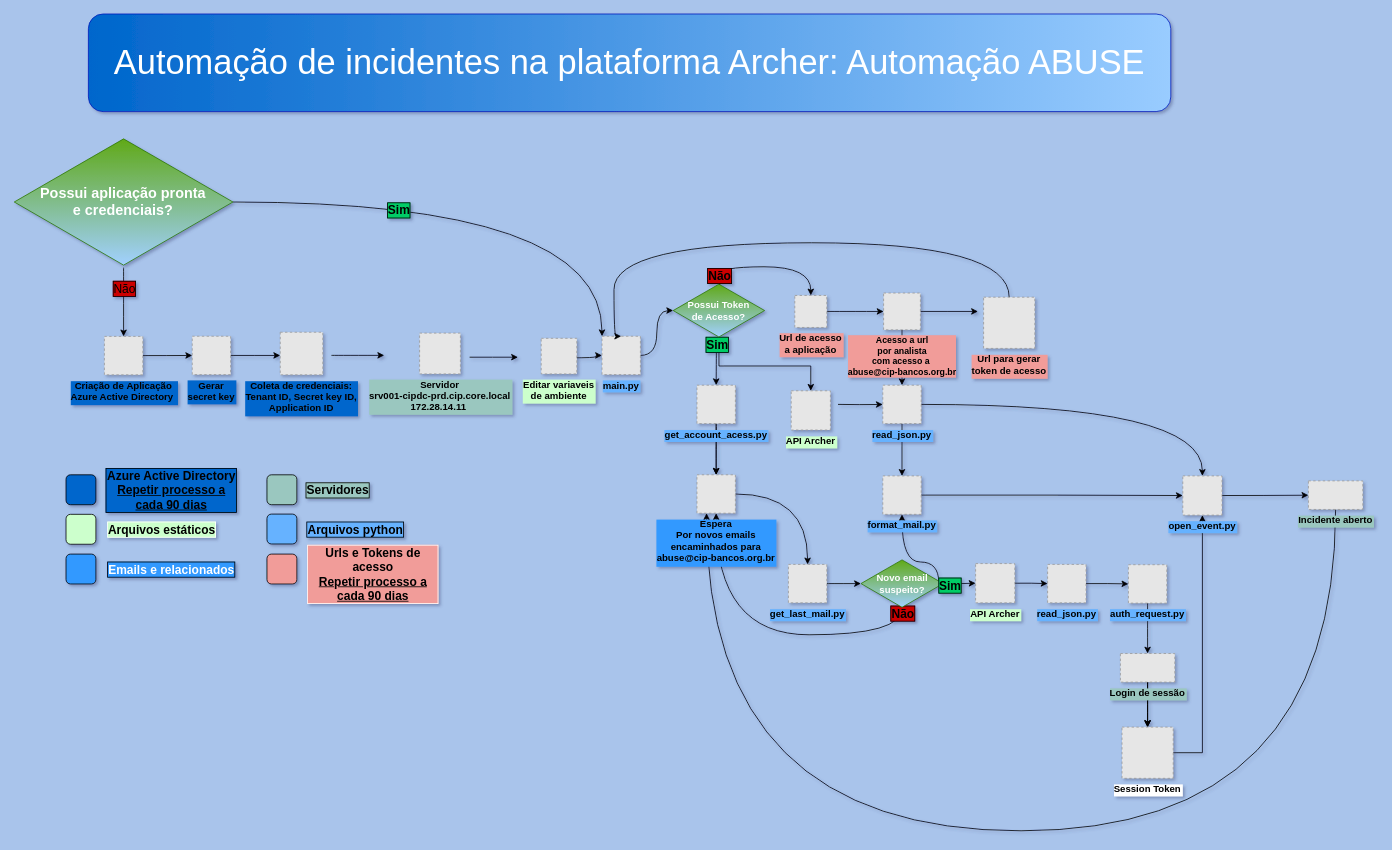
Earlier version of the draw.io diagram Untitled Diagram.drawio (Antonio-Costa00/Auto-Indicents-Creation-From-Fishing-Atacks). Source tidied: cells renumbered, new cells numbered last; positions are measured from the earlier drawing's top-left corner, leaving out a move shared by most shapes. Both pictures are drawn from the tidied source at 80%, with x=0, y=0 at pixel (14, 14). Pictures stored in the file or linked from it are replaced by grey dashed boxes.
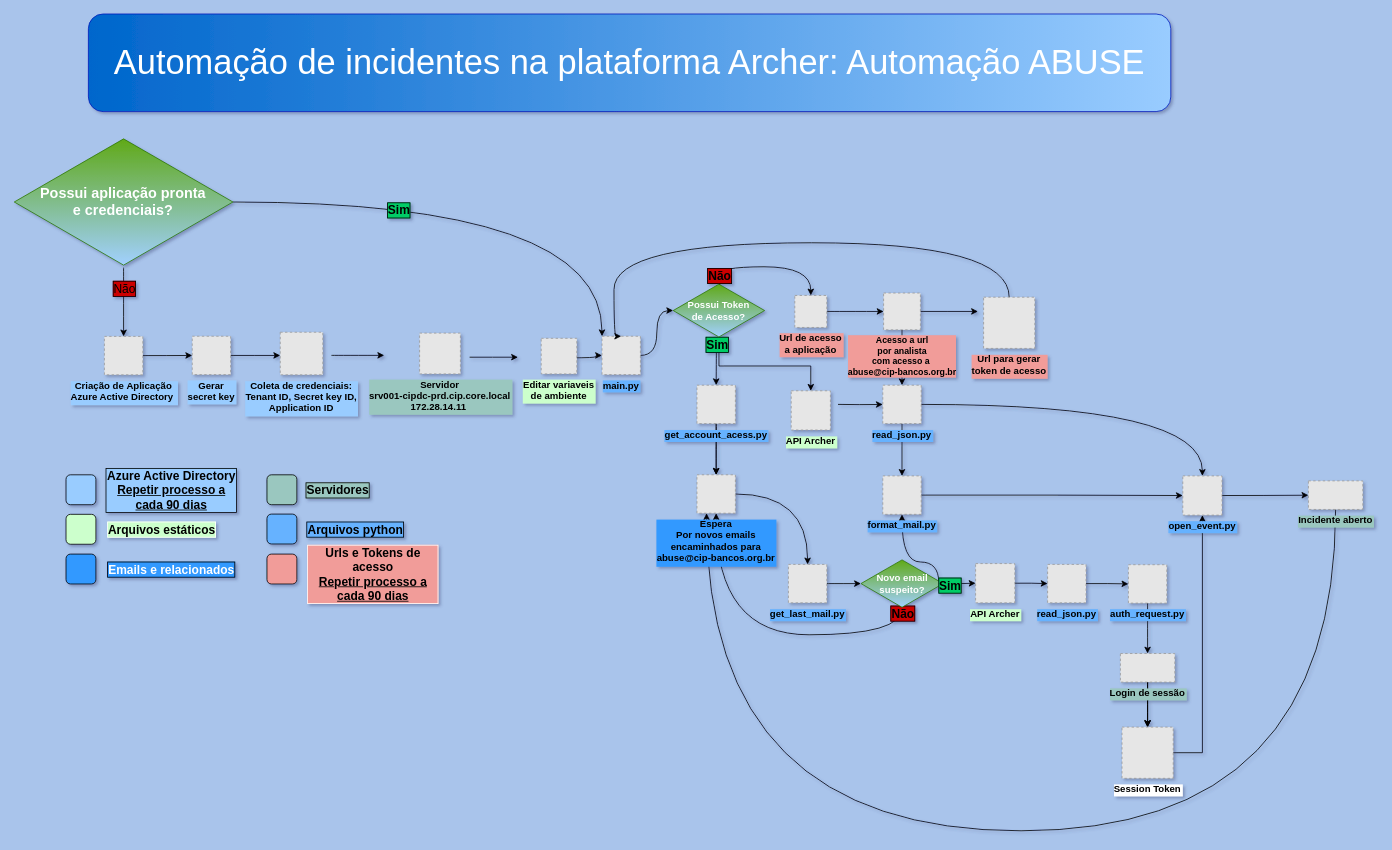
The same diagram, later.

What changed in the source:
```diff
@@
-    <mxCell id="9" value="Criação de Aplicação&#10;Azure Active Directory " style="fillColor=#E6E6E6;strokeColor=#999999;dashed=1;verticalLabelPosition=bottom;labelBackgroundColor=#0066CC;verticalAlign=top;fontStyle=1;" parent="1" vertex="1">
+    <mxCell id="9" value="Criação de Aplicação&#10;Azure Active Directory " style="fillColor=#E6E6E6;strokeColor=#999999;dashed=1;verticalLabelPosition=bottom;labelBackgroundColor=#99CCFF;verticalAlign=top;fontStyle=1;fontColor=#000000;" parent="1" vertex="1">
       <mxGeometry x="113" y="403" width="48" height="48" as="geometry" />
     </mxCell>
@@
-    <mxCell id="16" value="Gerar &#10;secret key" style="fillColor=#E6E6E6;strokeColor=#999999;dashed=1;verticalLabelPosition=bottom;labelBackgroundColor=#0066CC;verticalAlign=top;fontStyle=1;" parent="1" vertex="1">
+    <mxCell id="16" value="Gerar &#10;secret key" style="fillColor=#E6E6E6;strokeColor=#999999;dashed=1;verticalLabelPosition=bottom;labelBackgroundColor=#99CCFF;verticalAlign=top;fontStyle=1;fontColor=#000000;" parent="1" vertex="1">
       <mxGeometry x="222.8" y="402.8" width="48" height="48" as="geometry" />
     </mxCell>
-    <mxCell id="17" value="Coleta de credenciais:&#10;Tenant ID, Secret key ID,&#10;Application ID" style="fillColor=#E6E6E6;strokeColor=#999999;dashed=1;verticalLabelPosition=bottom;labelBackgroundColor=#0066CC;verticalAlign=top;fontStyle=1;" parent="1" vertex="1">
+    <mxCell id="17" value="Coleta de credenciais:&#10;Tenant ID, Secret key ID,&#10;Application ID" style="fillColor=#E6E6E6;strokeColor=#999999;dashed=1;verticalLabelPosition=bottom;labelBackgroundColor=#99CCFF;verticalAlign=top;fontStyle=1;fontColor=#000000;" parent="1" vertex="1">
       <mxGeometry x="332.8" y="397.8" width="53.2" height="53.2" as="geometry" />
     </mxCell>
@@
-    <mxCell id="66" style="whiteSpace=wrap;html=1;rounded=1;labelBackgroundColor=#E6E6E6;labelBorderColor=default;fontSize=15;fontColor=#007FFF;fillColor=#0066CC;gradientColor=none;gradientDirection=west;" parent="1" vertex="1">
+    <mxCell id="66" style="whiteSpace=wrap;html=1;rounded=1;labelBackgroundColor=default;labelBorderColor=default;fontSize=15;fontColor=none;fillColor=#99CCFF;gradientColor=none;gradientDirection=west;noLabel=1;" parent="1" vertex="1">
       <mxGeometry x="65" y="576" width="37.4" height="37.4" as="geometry" />
     </mxCell>
-    <mxCell id="67" value="&lt;span&gt;Azure Active Directory&lt;br&gt;&lt;u&gt;Repetir processo a cada 90 dias&lt;/u&gt;&lt;br&gt;&lt;/span&gt;" style="text;html=1;align=center;verticalAlign=middle;whiteSpace=wrap;rounded=1;labelBackgroundColor=#0066CC;labelBorderColor=default;fontSize=15;shadow=1;glass=1;sketch=0;fontStyle=1;" parent="1" vertex="1">
+    <mxCell id="67" value="&lt;span&gt;&lt;font color=&quot;#000000&quot;&gt;Azure Active Directory&lt;br&gt;&lt;u&gt;Repetir processo a cada 90 dias&lt;/u&gt;&lt;/font&gt;&lt;br&gt;&lt;/span&gt;" style="text;html=1;align=center;verticalAlign=middle;whiteSpace=wrap;rounded=1;labelBackgroundColor=#99CCFF;labelBorderColor=default;fontSize=15;shadow=1;glass=1;sketch=0;fontStyle=1;fillColor=none;" parent="1" vertex="1">
       <mxGeometry x="114.4" y="576" width="165.6" height="37.1" as="geometry" />
     </mxCell>
```
